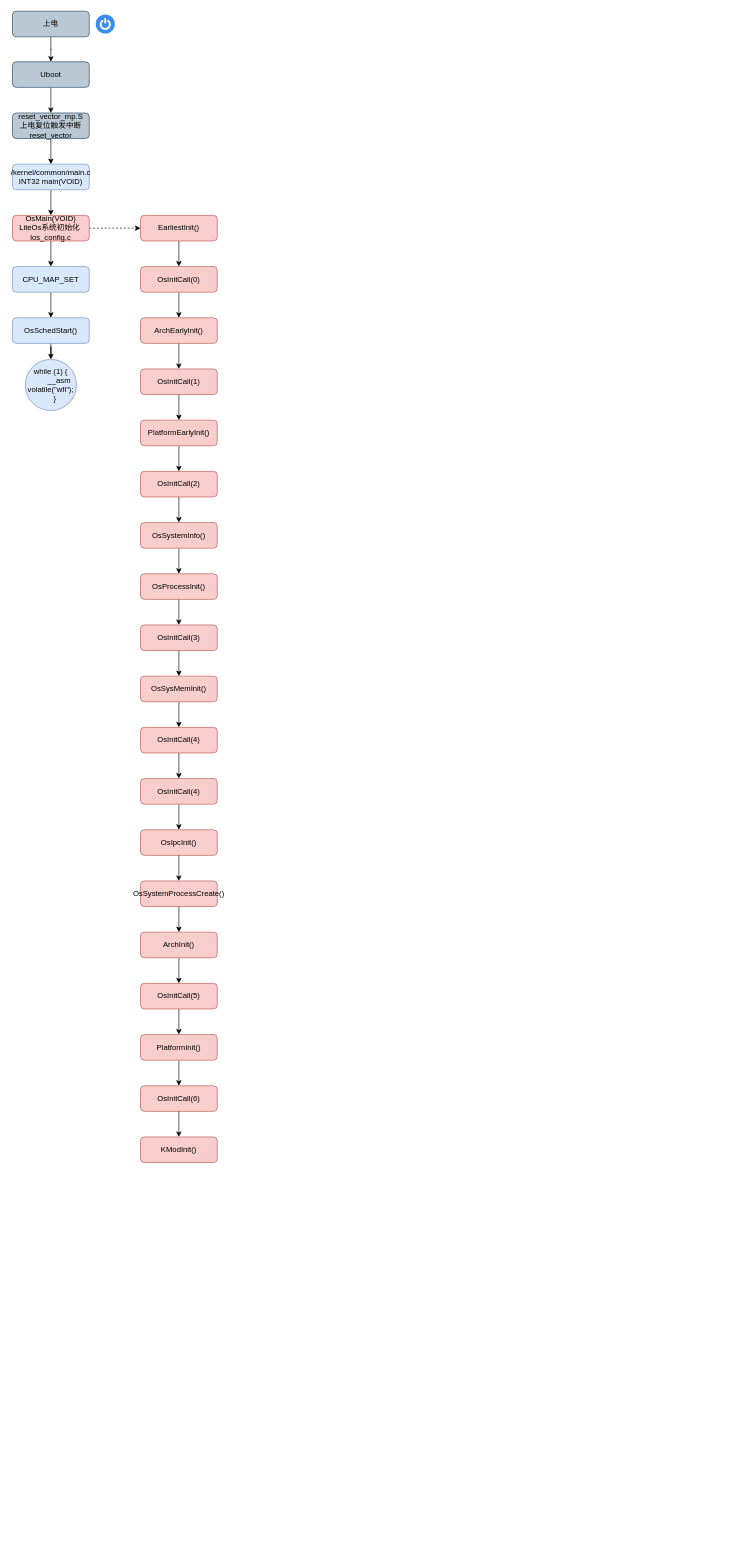
The draw.io diagram liteos_a 大图.drawio in cuijpus/liteos, before the edit. Source tidied: cells renumbered, new cells numbered last; positions are measured from the earlier drawing's top-left corner, leaving out a move shared by most shapes. Both pictures are drawn from the tidied source at 64%, with x=0, y=0 at pixel (12, 11).
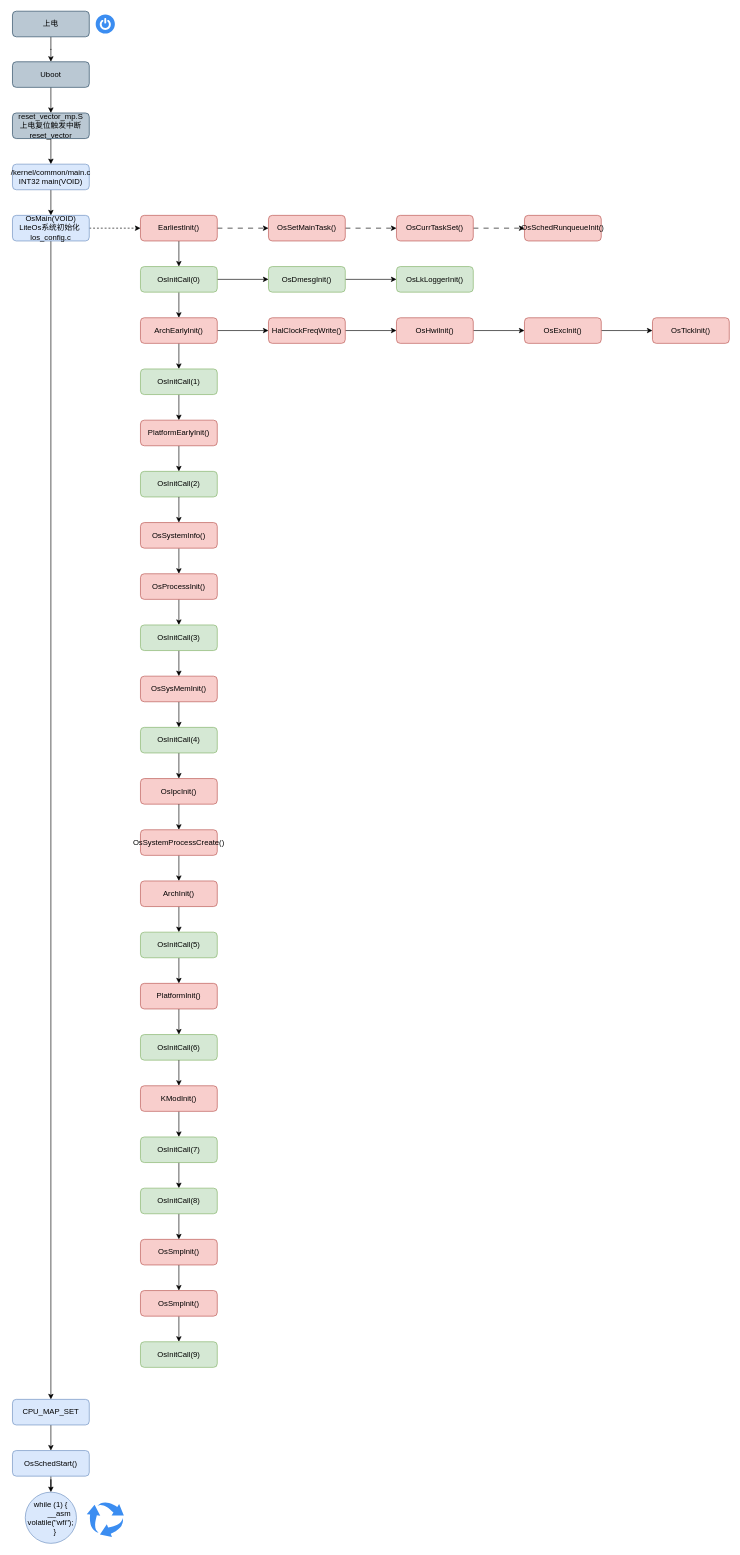
The same diagram, later.

Unchanged cells that the change refers to:
```xml
<mxCell id="20" value="EarliestInit()" style="whiteSpace=wrap;html=1;fillColor=#f8cecc;strokeColor=#b85450;rounded=1;" parent="1" vertex="1">
  <mxGeometry x="200" y="319" width="120" height="40" as="geometry" />
</mxCell>
<mxCell id="24" value="ArchEarlyInit()" style="whiteSpace=wrap;html=1;fillColor=#f8cecc;strokeColor=#b85450;rounded=1;" parent="1" vertex="1">
  <mxGeometry x="200" y="479" width="120" height="40" as="geometry" />
</mxCell>
```

What changed in the source:
```diff
@@
-    <mxCell id="13" value="OsMain(VOID)&lt;br&gt;LiteOs系统初始化&amp;nbsp;&lt;br&gt;los_config.c" style="whiteSpace=wrap;html=1;fillColor=#f8cecc;strokeColor=#b85450;rounded=1;" parent="1" vertex="1">
+    <mxCell id="13" value="OsMain(VOID)&lt;br&gt;LiteOs系统初始化&amp;nbsp;&lt;br&gt;los_config.c" style="whiteSpace=wrap;html=1;fillColor=#dae8fc;strokeColor=#6c8ebf;rounded=1;" parent="1" vertex="1">
       <mxGeometry y="319" width="120" height="40" as="geometry" />
     </mxCell>
@@
     <mxCell id="15" value="CPU_MAP_SET" style="whiteSpace=wrap;html=1;fillColor=#dae8fc;strokeColor=#6c8ebf;rounded=1;" parent="1" vertex="1">
-      <mxGeometry y="399" width="120" height="40" as="geometry" />
+      <mxGeometry y="2169" width="120" height="40" as="geometry" />
     </mxCell>
@@
     <mxCell id="17" value="OsSchedStart()" style="whiteSpace=wrap;html=1;fillColor=#dae8fc;strokeColor=#6c8ebf;rounded=1;" parent="1" vertex="1">
-      <mxGeometry y="479" width="120" height="40" as="geometry" />
+      <mxGeometry y="2249" width="120" height="40" as="geometry" />
     </mxCell>
     <mxCell id="18" value="&lt;div&gt;while (1) {&lt;/div&gt;&lt;div&gt;&amp;nbsp; &amp;nbsp; &amp;nbsp; &amp;nbsp; __asm volatile(&quot;wfi&quot;);&lt;/div&gt;&lt;div&gt;&amp;nbsp; &amp;nbsp; }&lt;/div&gt;" style="ellipse;whiteSpace=wrap;html=1;fillColor=#dae8fc;strokeColor=#6c8ebf;rounded=0;" parent="1" vertex="1">
-      <mxGeometry x="20" y="544" width="80" height="80" as="geometry" />
+      <mxGeometry x="20" y="2314" width="80" height="80" as="geometry" />
     </mxCell>
@@
+    <mxCell id="56" style="edgeStyle=orthogonalEdgeStyle;rounded=0;jettySize=auto;html=1;entryX=0;entryY=0.5;entryDx=0;entryDy=0;dashed=1;dashPattern=8 8;" parent="1" edge="1" source="20" target="71">
+      <mxGeometry relative="1" as="geometry" />
+    </mxCell>
@@
+    <mxCell id="57" style="edgeStyle=orthogonalEdgeStyle;rounded=0;jettySize=auto;html=1;" parent="1" edge="1" source="22" target="76">
+      <mxGeometry relative="1" as="geometry" />
+    </mxCell>
-    <mxCell id="22" value="OsInitCall(0)" style="whiteSpace=wrap;html=1;fillColor=#f8cecc;strokeColor=#b85450;rounded=1;" parent="1" vertex="1">
+    <mxCell id="22" value="OsInitCall(0)" style="whiteSpace=wrap;html=1;fillColor=#d5e8d4;strokeColor=#82b366;rounded=1;" parent="1" vertex="1">
       <mxGeometry x="200" y="399" width="120" height="40" as="geometry" />
     </mxCell>
@@
+    <mxCell id="58" style="edgeStyle=orthogonalEdgeStyle;rounded=0;jettySize=auto;html=1;" parent="1" edge="1" source="24" target="79">
+      <mxGeometry relative="1" as="geometry" />
+    </mxCell>
@@
-    <mxCell id="26" value="OsInitCall(1)" style="whiteSpace=wrap;html=1;fillColor=#f8cecc;strokeColor=#b85450;rounded=1;" parent="1" vertex="1">
+    <mxCell id="26" value="OsInitCall(1)" style="whiteSpace=wrap;html=1;fillColor=#d5e8d4;strokeColor=#82b366;rounded=1;" parent="1" vertex="1">
       <mxGeometry x="200" y="559" width="120" height="40" as="geometry" />
     </mxCell>
@@
-    <mxCell id="29" value="OsInitCall(2)" style="whiteSpace=wrap;html=1;fillColor=#f8cecc;strokeColor=#b85450;rounded=1;" parent="1" vertex="1">
+    <mxCell id="29" value="OsInitCall(2)" style="whiteSpace=wrap;html=1;fillColor=#d5e8d4;strokeColor=#82b366;rounded=1;" parent="1" vertex="1">
       <mxGeometry x="200" y="719" width="120" height="40" as="geometry" />
     </mxCell>
@@
-    <mxCell id="36" value="OsInitCall(3)" style="whiteSpace=wrap;html=1;fillColor=#f8cecc;strokeColor=#b85450;rounded=1;" parent="1" vertex="1">
+    <mxCell id="36" value="OsInitCall(3)" style="whiteSpace=wrap;html=1;fillColor=#d5e8d4;strokeColor=#82b366;rounded=1;" parent="1" vertex="1">
       <mxGeometry x="200" y="959" width="120" height="40" as="geometry" />
     </mxCell>
@@
-    <mxCell id="39" style="edgeStyle=orthogonalEdgeStyle;rounded=0;jettySize=auto;html=1;" parent="1" edge="1" source="40" target="42">
+    <mxCell id="39" style="edgeStyle=orthogonalEdgeStyle;rounded=0;jettySize=auto;html=1;entryX=0.5;entryY=0;entryDx=0;entryDy=0;" parent="1" edge="1" source="40" target="43">
       <mxGeometry relative="1" as="geometry" />
     </mxCell>
-    <mxCell id="40" value="OsInitCall(4)" style="whiteSpace=wrap;html=1;fillColor=#f8cecc;strokeColor=#b85450;rounded=1;" parent="1" vertex="1">
+    <mxCell id="40" value="OsInitCall(4)" style="whiteSpace=wrap;html=1;fillColor=#d5e8d4;strokeColor=#82b366;rounded=1;" parent="1" vertex="1">
       <mxGeometry x="200" y="1119" width="120" height="40" as="geometry" />
     </mxCell>
-    <mxCell id="41" style="edgeStyle=orthogonalEdgeStyle;rounded=0;jettySize=auto;html=1;" parent="1" edge="1" source="42" target="43">
-      <mxGeometry relative="1" as="geometry" />
-    </mxCell>
-    <mxCell id="42" value="OsInitCall(4)" style="whiteSpace=wrap;html=1;fillColor=#f8cecc;strokeColor=#b85450;rounded=1;" parent="1" vertex="1">
-      <mxGeometry x="200" y="1199" width="120" height="40" as="geometry" />
-    </mxCell>
     <mxCell id="43" value="OsIpcInit()" style="whiteSpace=wrap;html=1;fillColor=#f8cecc;strokeColor=#b85450;rounded=1;" parent="1" vertex="1">
-      <mxGeometry x="200" y="1279" width="120" height="40" as="geometry" />
+      <mxGeometry x="200" y="1199" width="120" height="40" as="geometry" />
     </mxCell>
@@
     <mxCell id="46" value="OsSystemProcessCreate()" style="whiteSpace=wrap;html=1;fillColor=#f8cecc;strokeColor=#b85450;rounded=1;" parent="1" vertex="1">
-      <mxGeometry x="200" y="1359" width="120" height="40" as="geometry" />
+      <mxGeometry x="200" y="1279" width="120" height="40" as="geometry" />
     </mxCell>
@@
     <mxCell id="48" value="ArchInit()" style="whiteSpace=wrap;html=1;fillColor=#f8cecc;strokeColor=#b85450;rounded=1;" parent="1" vertex="1">
-      <mxGeometry x="200" y="1439" width="120" height="40" as="geometry" />
+      <mxGeometry x="200" y="1359" width="120" height="40" as="geometry" />
     </mxCell>
@@
-    <mxCell id="50" value="OsInitCall(5)" style="whiteSpace=wrap;html=1;fillColor=#f8cecc;strokeColor=#b85450;rounded=1;" parent="1" vertex="1">
-      <mxGeometry x="200" y="1519" width="120" height="40" as="geometry" />
+    <mxCell id="50" value="OsInitCall(5)" style="whiteSpace=wrap;html=1;fillColor=#d5e8d4;strokeColor=#82b366;rounded=1;" parent="1" vertex="1">
+      <mxGeometry x="200" y="1439" width="120" height="40" as="geometry" />
     </mxCell>
@@
     <mxCell id="52" value="PlatformInit()" style="whiteSpace=wrap;html=1;fillColor=#f8cecc;strokeColor=#b85450;rounded=1;" parent="1" vertex="1">
-      <mxGeometry x="200" y="1599" width="120" height="40" as="geometry" />
+      <mxGeometry x="200" y="1519" width="120" height="40" as="geometry" />
     </mxCell>
-    <mxCell id="53" value="OsInitCall(6)" style="whiteSpace=wrap;html=1;fillColor=#f8cecc;strokeColor=#b85450;rounded=1;" parent="1" vertex="1">
-      <mxGeometry x="200" y="1679" width="120" height="40" as="geometry" />
+    <mxCell id="53" value="OsInitCall(6)" style="whiteSpace=wrap;html=1;fillColor=#d5e8d4;strokeColor=#82b366;rounded=1;" parent="1" vertex="1">
+      <mxGeometry x="200" y="1599" width="120" height="40" as="geometry" />
     </mxCell>
@@
+    <mxCell id="59" style="edgeStyle=orthogonalEdgeStyle;rounded=0;jettySize=auto;html=1;" parent="1" edge="1" source="55" target="61">
+      <mxGeometry relative="1" as="geometry" />
+    </mxCell>
     <mxCell id="55" value="KModInit()" style="whiteSpace=wrap;html=1;fillColor=#f8cecc;strokeColor=#b85450;rounded=1;" parent="1" vertex="1">
-      <mxGeometry x="200" y="1759" width="120" height="40" as="geometry" />
+      <mxGeometry x="200" y="1679" width="120" height="40" as="geometry" />
     </mxCell>
+    <mxCell id="60" style="edgeStyle=orthogonalEdgeStyle;rounded=0;jettySize=auto;html=1;" parent="1" edge="1" source="61" target="63">
+      <mxGeometry relative="1" as="geometry" />
+    </mxCell>
+    <mxCell id="61" value="OsInitCall(7)" style="whiteSpace=wrap;html=1;fillColor=#d5e8d4;strokeColor=#82b366;rounded=1;" parent="1" vertex="1">
+      <mxGeometry x="200" y="1759" width="120" height="40" as="geometry" />
+    </mxCell>
+    <mxCell id="62" style="edgeStyle=orthogonalEdgeStyle;rounded=0;jettySize=auto;html=1;" parent="1" edge="1" source="63" target="65">
+      <mxGeometry relative="1" as="geometry" />
+    </mxCell>
+    <mxCell id="63" value="OsInitCall(8)" style="whiteSpace=wrap;html=1;fillColor=#d5e8d4;strokeColor=#82b366;rounded=1;" parent="1" vertex="1">
+      <mxGeometry x="200" y="1839" width="120" height="40" as="geometry" />
+    </mxCell>
+    <mxCell id="64" style="edgeStyle=orthogonalEdgeStyle;rounded=0;jettySize=auto;html=1;" parent="1" edge="1" source="65" target="67">
+      <mxGeometry relative="1" as="geometry" />
+    </mxCell>
+    <mxCell id="65" value="OsSmpInit()" style="whiteSpace=wrap;html=1;fillColor=#f8cecc;strokeColor=#b85450;rounded=1;" parent="1" vertex="1">
+      <mxGeometry x="200" y="1919" width="120" height="40" as="geometry" />
+    </mxCell>
+    <mxCell id="66" style="edgeStyle=orthogonalEdgeStyle;rounded=0;jettySize=auto;html=1;" parent="1" edge="1" source="67" target="68">
+      <mxGeometry relative="1" as="geometry" />
+    </mxCell>
+    <mxCell id="67" value="OsSmpInit()" style="whiteSpace=wrap;html=1;fillColor=#f8cecc;strokeColor=#b85450;rounded=1;" parent="1" vertex="1">
+      <mxGeometry x="200" y="1999" width="120" height="40" as="geometry" />
+    </mxCell>
+    <mxCell id="68" value="OsInitCall(9)" style="whiteSpace=wrap;html=1;fillColor=#d5e8d4;strokeColor=#82b366;rounded=1;" parent="1" vertex="1">
+      <mxGeometry x="200" y="2079" width="120" height="40" as="geometry" />
+    </mxCell>
+    <mxCell id="69" style="sketch=0;html=1;strokeColor=none;shadow=0;fillColor=#3B8DF1;verticalAlign=top;labelPosition=center;verticalLabelPosition=bottom;shape=mxgraph.gcp2.arrow_cycle;" parent="1" vertex="1">
+      <mxGeometry x="116.1" y="2329" width="57.9" height="55" as="geometry" />
+    </mxCell>
+    <mxCell id="70" style="edgeStyle=orthogonalEdgeStyle;rounded=0;jettySize=auto;html=1;dashed=1;dashPattern=8 8;" parent="1" edge="1" source="71" target="73">
+      <mxGeometry relative="1" as="geometry" />
+    </mxCell>
+    <mxCell id="71" value="OsSetMainTask()" style="whiteSpace=wrap;html=1;fillColor=#f8cecc;strokeColor=#b85450;rounded=1;" parent="1" vertex="1">
+      <mxGeometry x="400" y="319" width="120" height="40" as="geometry" />
+    </mxCell>
+    <mxCell id="72" style="edgeStyle=orthogonalEdgeStyle;rounded=0;jettySize=auto;html=1;dashed=1;dashPattern=8 8;" parent="1" edge="1" source="73" target="74">
+      <mxGeometry relative="1" as="geometry" />
+    </mxCell>
+    <mxCell id="73" value="OsCurrTaskSet()" style="whiteSpace=wrap;html=1;fillColor=#f8cecc;strokeColor=#b85450;rounded=1;" parent="1" vertex="1">
+      <mxGeometry x="600" y="319" width="120" height="40" as="geometry" />
+    </mxCell>
+    <mxCell id="74" value="OsSchedRunqueueInit()" style="whiteSpace=wrap;html=1;fillColor=#f8cecc;strokeColor=#b85450;rounded=1;" parent="1" vertex="1">
+      <mxGeometry x="800" y="319" width="120" height="40" as="geometry" />
+    </mxCell>
+    <mxCell id="75" style="edgeStyle=orthogonalEdgeStyle;rounded=0;jettySize=auto;html=1;" parent="1" edge="1" source="76" target="77">
+      <mxGeometry relative="1" as="geometry" />
+    </mxCell>
+    <mxCell id="76" value="&lt;span style=&quot;background-color: initial;&quot;&gt;OsDmesgInit()&lt;/span&gt;" style="whiteSpace=wrap;html=1;fillColor=#d5e8d4;strokeColor=#82b366;rounded=1;" parent="1" vertex="1">
+      <mxGeometry x="400" y="399" width="120" height="40" as="geometry" />
+    </mxCell>
+    <mxCell id="77" value="&lt;div&gt;&lt;div class=&quot;ace-line ace-line old-record-id-AxFtd1z7MoWnuzxAcQicV0x3nUe&quot;&gt;OsLkLoggerInit()&lt;/div&gt;&lt;/div&gt;" style="whiteSpace=wrap;html=1;fillColor=#d5e8d4;strokeColor=#82b366;rounded=1;" parent="1" vertex="1">
+      <mxGeometry x="600" y="399" width="120" height="40" as="geometry" />
+    </mxCell>
+    <mxCell id="78" style="edgeStyle=orthogonalEdgeStyle;rounded=0;jettySize=auto;html=1;" parent="1" edge="1" source="79" target="81">
+      <mxGeometry relative="1" as="geometry" />
+    </mxCell>
+    <mxCell id="79" value="&lt;div&gt;&lt;div class=&quot;ace-line ace-line old-record-id-FEFDdVhywozoOmxRUMxclfcrnwe&quot;&gt;HalClockFreqWrite()&lt;/div&gt;&lt;/div&gt;" style="whiteSpace=wrap;html=1;fillColor=#f8cecc;strokeColor=#b85450;rounded=1;" parent="1" vertex="1">
+      <mxGeometry x="400" y="479" width="120" height="40" as="geometry" />
+    </mxCell>
+    <mxCell id="80" style="edgeStyle=orthogonalEdgeStyle;rounded=0;jettySize=auto;html=1;" parent="1" edge="1" source="81" target="83">
+      <mxGeometry relative="1" as="geometry" />
+    </mxCell>
+    <mxCell id="81" value="&lt;div&gt;&lt;div class=&quot;ace-line ace-line old-record-id-FEFDdVhywozoOmxRUMxclfcrnwe&quot;&gt;&lt;div&gt;&lt;div class=&quot;ace-line ace-line old-record-id-L54bdNkFco09ewxYhlHcc5Ohn7p&quot;&gt;OsHwiInit()&lt;/div&gt;&lt;/div&gt;&lt;/div&gt;&lt;/div&gt;" style="whiteSpace=wrap;html=1;fillColor=#f8cecc;strokeColor=#b85450;rounded=1;" parent="1" vertex="1">
+      <mxGeometry x="600" y="479" width="120" height="40" as="geometry" />
+    </mxCell>
+    <mxCell id="82" style="edgeStyle=orthogonalEdgeStyle;rounded=0;jettySize=auto;html=1;" parent="1" edge="1" source="83" target="84">
+      <mxGeometry relative="1" as="geometry" />
+    </mxCell>
+    <mxCell id="83" value="&lt;div&gt;&lt;div class=&quot;ace-line ace-line old-record-id-FEFDdVhywozoOmxRUMxclfcrnwe&quot;&gt;&lt;div&gt;&lt;div class=&quot;ace-line ace-line old-record-id-L54bdNkFco09ewxYhlHcc5Ohn7p&quot;&gt;&lt;div&gt;&lt;div class=&quot;ace-line ace-line old-record-id-DLO5da6fsoDYE2xuXyPc0Ca8nMh&quot;&gt;OsExcInit()&lt;/div&gt;&lt;/div&gt;&lt;/div&gt;&lt;/div&gt;&lt;/div&gt;&lt;/div&gt;" style="whiteSpace=wrap;html=1;fillColor=#f8cecc;strokeColor=#b85450;rounded=1;" parent="1" vertex="1">
+      <mxGeometry x="800" y="479" width="120" height="40" as="geometry" />
+    </mxCell>
+    <mxCell id="84" value="&lt;div&gt;&lt;div class=&quot;ace-line ace-line old-record-id-FEFDdVhywozoOmxRUMxclfcrnwe&quot;&gt;&lt;div&gt;&lt;div class=&quot;ace-line ace-line old-record-id-L54bdNkFco09ewxYhlHcc5Ohn7p&quot;&gt;&lt;div&gt;&lt;div class=&quot;ace-line ace-line old-record-id-DLO5da6fsoDYE2xuXyPc0Ca8nMh&quot;&gt;&lt;div&gt;&lt;div class=&quot;ace-line ace-line old-record-id-AKrEd8BQToYRvpxZVkech7BEnzd&quot;&gt;OsTickInit()&lt;/div&gt;&lt;/div&gt;&lt;/div&gt;&lt;/div&gt;&lt;/div&gt;&lt;/div&gt;&lt;/div&gt;&lt;/div&gt;" style="whiteSpace=wrap;html=1;fillColor=#f8cecc;strokeColor=#b85450;rounded=1;" parent="1" vertex="1">
+      <mxGeometry x="1000" y="479" width="120" height="40" as="geometry" />
+    </mxCell>
```
